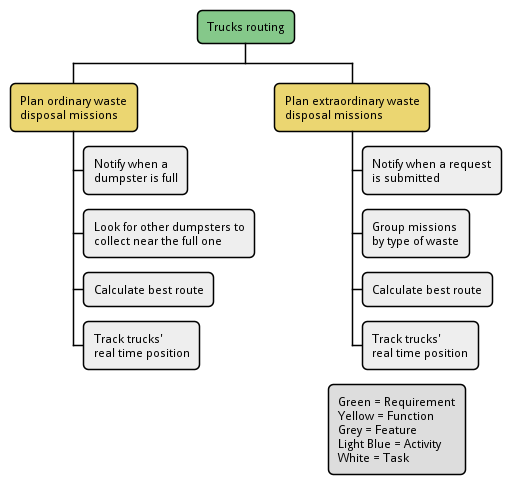
Earlier version of the PlantUML export uml/wbs-trucks-routing.pm.png (SmartWasteCollection/project-management).
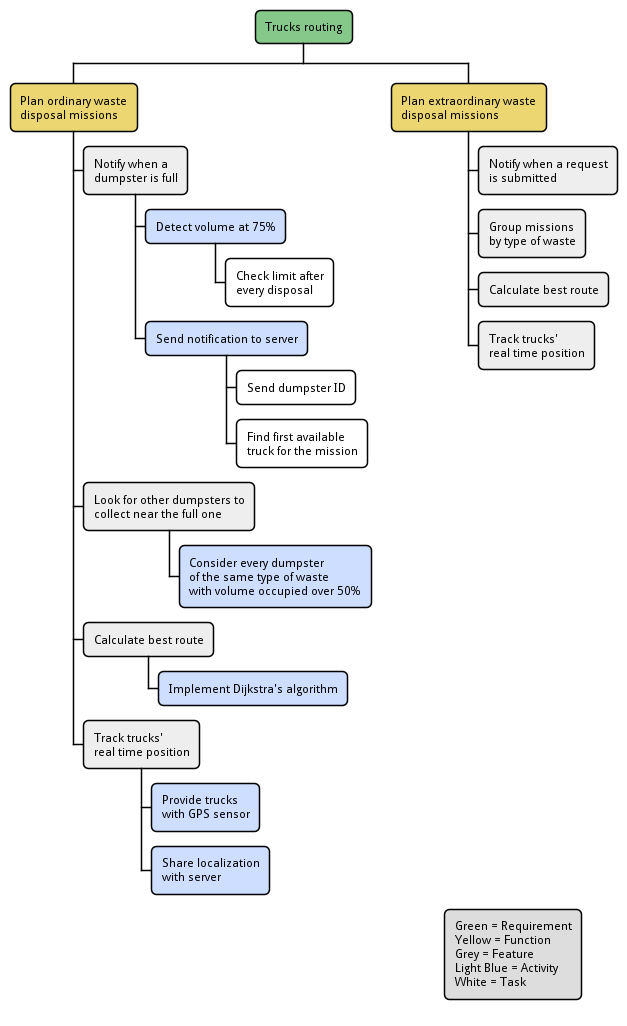
Later version of the same file.

Commit message:
docs(uml): generate PNG files for PlantUML diagrams

Diff of the diagram source:
```diff
@@ -2,14 +2,25 @@
 !include ../metamodels/work-breakdown.iuml
 
 requirement(Trucks routing)
+
 function(Plan ordinary waste\ndisposal missions)
 feature(Notify when a\ndumpster is full)
+activity(Detect volume at 75%)
+task(Check limit after\nevery disposal)
+activity(Send notification to server)
+task(Send dumpster ID)
+task(Find first available\ntruck for the mission)
 feature(Look for other dumpsters to\ncollect near the full one)
+activity(Consider every dumpster\nof the same type of waste\nwith volume occupied over 50%)
 feature(Calculate best route)
+activity(Implement Dijkstra's algorithm)
 feature(Track trucks'\nreal time position)
+activity(Provide trucks\nwith GPS sensor)
+activity(Share localization\nwith server)
 
 function(Plan extraordinary waste\ndisposal missions)
 feature(Notify when a request\nis submitted)
+
 feature(Group missions\nby type of waste)
 feature(Calculate best route)
 feature(Track trucks'\nreal time position)
```
